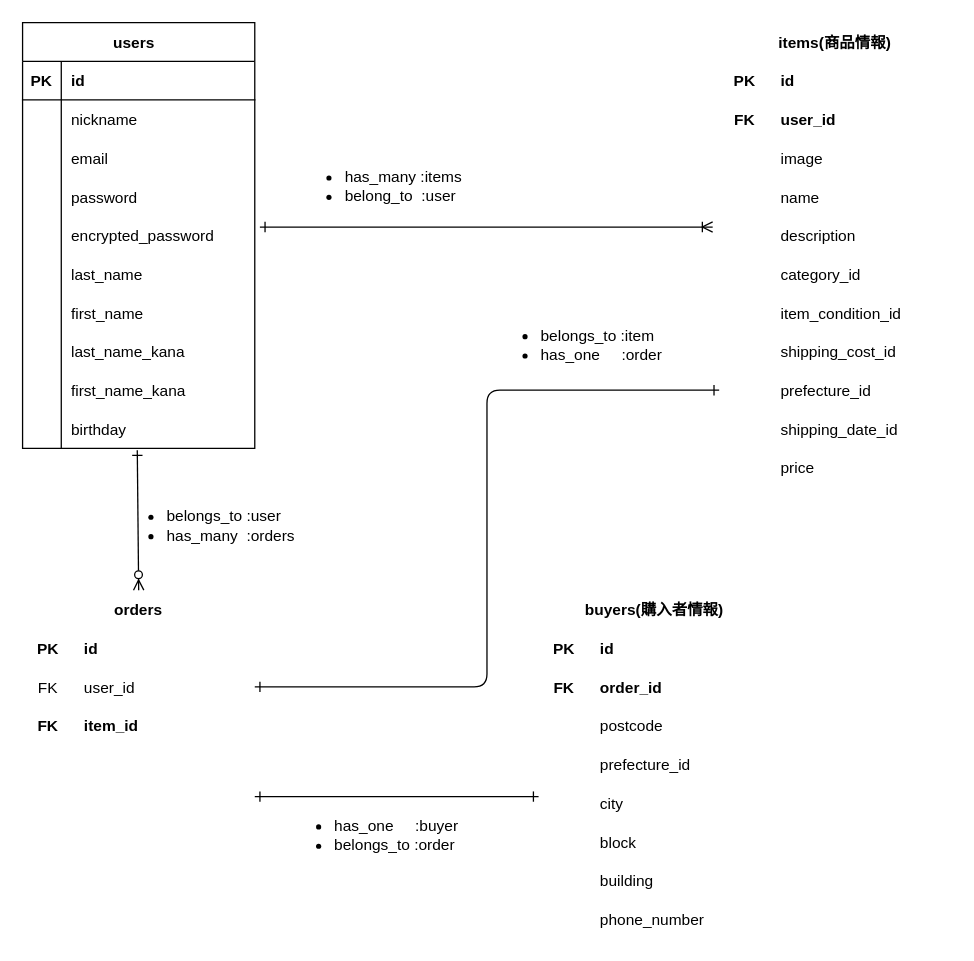
Before: furima.dio in urakawakazuo0301/furima-41379, a draw.io diagram. Source tidied: cells renumbered, new cells numbered last; positions are measured from the earlier drawing's top-left corner, leaving out a move shared by most shapes. Both pictures are drawn from the tidied source at 129%, with x=0, y=0 at pixel (22, 22).
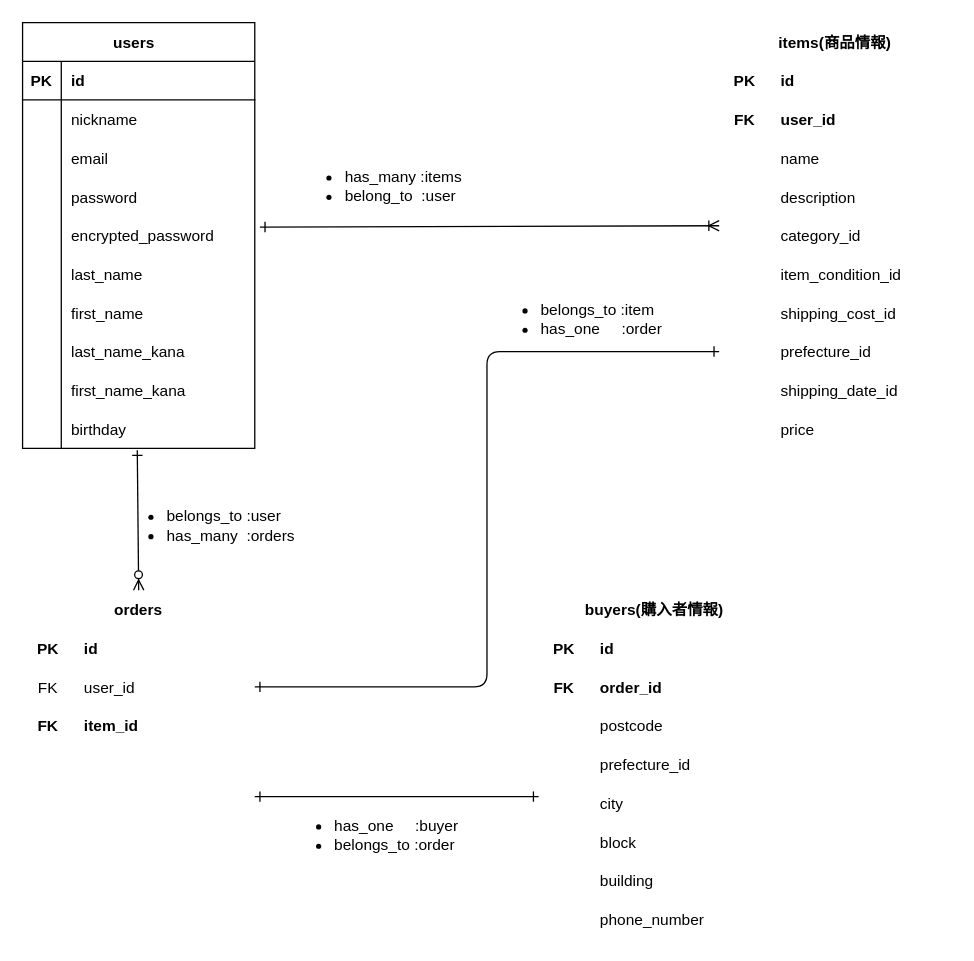
Above is the later version.

The change refers to these unchanged cells:
```xml
<mxCell id="15" style="shape=tableRow;horizontal=0;startSize=0;swimlaneHead=0;swimlaneBody=0;fillColor=none;points=[[0,0.5],[1,0.5]];portConstraint=eastwest;top=0;left=0;right=0;bottom=0;labelBackgroundColor=#FFFFFF;strokeColor=#0000FF;" parent="2" vertex="1">
  <mxGeometry y="150" width="180" height="30" as="geometry" />
</mxCell>
```

What changed in the source:
```diff
@@
     <mxCell id="33" value="items(商品情報)" style="shape=table;startSize=30;childLayout=tableLayout;rowLines=0;fontStyle=1;align=center;labelBackgroundColor=none;strokeColor=#FFFFFF;fillColor=none;" parent="1" vertex="1">
-      <mxGeometry x="540" width="180" height="360" as="geometry" />
+      <mxGeometry x="540" width="180" height="330" as="geometry" />
     </mxCell>
@@
-    <mxCell id="40" style="shape=tableRow;horizontal=0;startSize=0;swimlaneHead=0;swimlaneBody=0;fillColor=none;top=0;left=0;right=0;bottom=0;labelBackgroundColor=none;strokeColor=#FFFFFF;" parent="33" vertex="1">
-      <mxGeometry y="90" width="180" height="30" as="geometry" />
-    </mxCell>
-    <mxCell id="41" style="shape=partialRectangle;fillColor=none;top=0;left=0;bottom=0;right=0;overflow=hidden;labelBackgroundColor=none;strokeColor=#FFFFFF;" parent="40" vertex="1">
-      <mxGeometry width="40" height="30" as="geometry" />
-    </mxCell>
-    <mxCell id="42" value="image" style="shape=partialRectangle;fillColor=none;top=0;left=0;bottom=0;right=0;align=left;spacingLeft=6;overflow=hidden;labelBackgroundColor=none;strokeColor=#FFFFFF;" parent="40" vertex="1">
-      <mxGeometry x="40" width="140" height="30" as="geometry" />
-    </mxCell>
     <mxCell id="43" style="shape=tableRow;horizontal=0;startSize=0;swimlaneHead=0;swimlaneBody=0;fillColor=none;top=0;left=0;right=0;bottom=0;labelBackgroundColor=none;strokeColor=#FFFFFF;" parent="33" vertex="1">
-      <mxGeometry y="120" width="180" height="30" as="geometry" />
+      <mxGeometry y="90" width="180" height="30" as="geometry" />
     </mxCell>
@@
     <mxCell id="46" style="shape=tableRow;horizontal=0;startSize=0;swimlaneHead=0;swimlaneBody=0;fillColor=none;points=[[0,0.5],[1,0.5]];portConstraint=eastwest;top=0;left=0;right=0;bottom=0;labelBackgroundColor=none;strokeColor=#FFFFFF;" parent="33" vertex="1">
-      <mxGeometry y="150" width="180" height="30" as="geometry" />
+      <mxGeometry y="120" width="180" height="30" as="geometry" />
     </mxCell>
@@
     <mxCell id="49" style="shape=tableRow;horizontal=0;startSize=0;swimlaneHead=0;swimlaneBody=0;fillColor=none;points=[[0,0.5],[1,0.5]];portConstraint=eastwest;top=0;left=0;right=0;bottom=0;labelBackgroundColor=none;strokeColor=#FFFFFF;" parent="33" vertex="1">
-      <mxGeometry y="180" width="180" height="30" as="geometry" />
+      <mxGeometry y="150" width="180" height="30" as="geometry" />
     </mxCell>
@@
     <mxCell id="52" style="shape=tableRow;horizontal=0;startSize=0;swimlaneHead=0;swimlaneBody=0;fillColor=none;top=0;left=0;right=0;bottom=0;labelBackgroundColor=none;strokeColor=#FFFFFF;" parent="33" vertex="1">
-      <mxGeometry y="210" width="180" height="30" as="geometry" />
+      <mxGeometry y="180" width="180" height="30" as="geometry" />
     </mxCell>
@@
     <mxCell id="55" style="shape=tableRow;horizontal=0;startSize=0;swimlaneHead=0;swimlaneBody=0;fillColor=none;top=0;left=0;right=0;bottom=0;labelBackgroundColor=none;strokeColor=#FFFFFF;" parent="33" vertex="1">
-      <mxGeometry y="240" width="180" height="30" as="geometry" />
+      <mxGeometry y="210" width="180" height="30" as="geometry" />
     </mxCell>
@@
     <mxCell id="58" style="shape=tableRow;horizontal=0;startSize=0;swimlaneHead=0;swimlaneBody=0;fillColor=none;points=[[0,0.5],[1,0.5]];portConstraint=eastwest;top=0;left=0;right=0;bottom=0;labelBackgroundColor=none;strokeColor=#FFFFFF;" parent="33" vertex="1">
-      <mxGeometry y="270" width="180" height="30" as="geometry" />
+      <mxGeometry y="240" width="180" height="30" as="geometry" />
     </mxCell>
@@
     <mxCell id="61" style="shape=tableRow;horizontal=0;startSize=0;swimlaneHead=0;swimlaneBody=0;fillColor=none;top=0;left=0;right=0;bottom=0;labelBackgroundColor=none;strokeColor=#FFFFFF;" parent="33" vertex="1">
-      <mxGeometry y="300" width="180" height="30" as="geometry" />
+      <mxGeometry y="270" width="180" height="30" as="geometry" />
     </mxCell>
@@
     <mxCell id="64" style="shape=tableRow;horizontal=0;startSize=0;swimlaneHead=0;swimlaneBody=0;fillColor=none;top=0;left=0;right=0;bottom=0;labelBackgroundColor=none;strokeColor=#FFFFFF;" parent="33" vertex="1">
-      <mxGeometry y="330" width="180" height="30" as="geometry" />
+      <mxGeometry y="300" width="180" height="30" as="geometry" />
     </mxCell>
@@
-    <mxCell id="67" style="fontSize=12;html=1;endArrow=ERoneToMany;exitX=1.022;exitY=0.283;exitDx=0;exitDy=0;exitPerimeter=0;entryX=-0.028;entryY=0.283;entryDx=0;entryDy=0;entryPerimeter=0;startArrow=ERone;startFill=0;" parent="1" edge="1" source="15" target="46">
+    <mxCell id="67" style="fontSize=12;html=1;endArrow=ERoneToMany;exitX=1.022;exitY=0.283;exitDx=0;exitDy=0;exitPerimeter=0;entryX=0;entryY=0.25;entryDx=0;entryDy=0;entryPerimeter=0;startArrow=ERone;startFill=0;" parent="1" edge="1" source="15" target="49">
       <mxGeometry relative="1" as="geometry" />
     </mxCell>
@@
     <mxCell id="88" value="&lt;div style=&quot;&quot;&gt;&lt;ul&gt;&lt;li&gt;belongs_to :item&lt;/li&gt;&lt;li&gt;has_one&amp;nbsp; &amp;nbsp; &amp;nbsp;:order&lt;/li&gt;&lt;/ul&gt;&lt;/div&gt;" style="text;html=1;align=left;verticalAlign=middle;strokeColor=none;fillColor=none;" parent="1" vertex="1">
-      <mxGeometry x="360" y="210" width="160" height="80" as="geometry" />
+      <mxGeometry x="360" y="190" width="160" height="80" as="geometry" />
     </mxCell>
```
